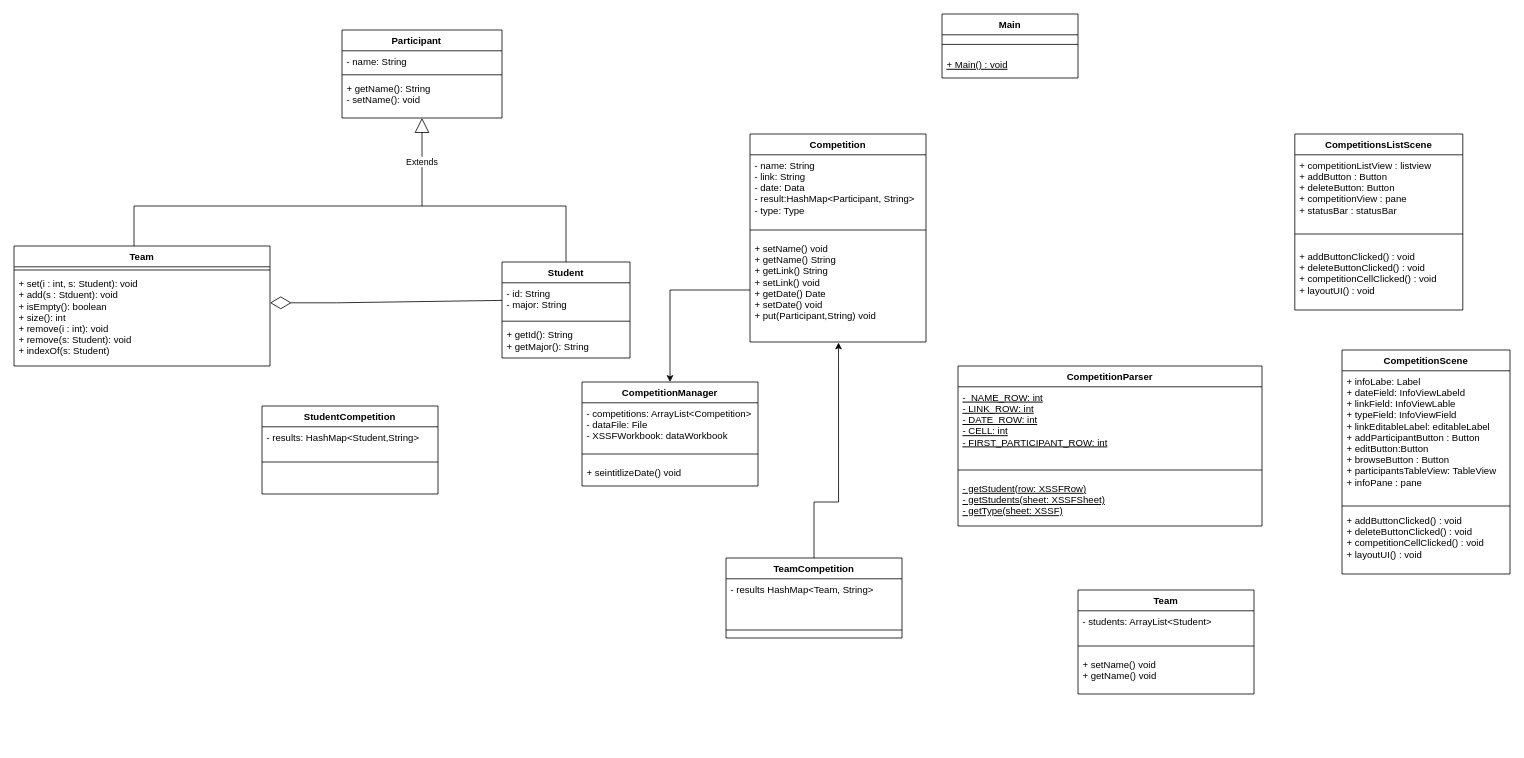
The draw.io diagram docs/phase2/class-diagram.drawio in AbdullahAXR/Competition-tracker, before the edit. Source tidied: cells renumbered, new cells numbered last; positions are measured from the earlier drawing's top-left corner, leaving out a move shared by most shapes. Both pictures are drawn from the tidied source at 80%, with x=0, y=0 at pixel (14, 14).
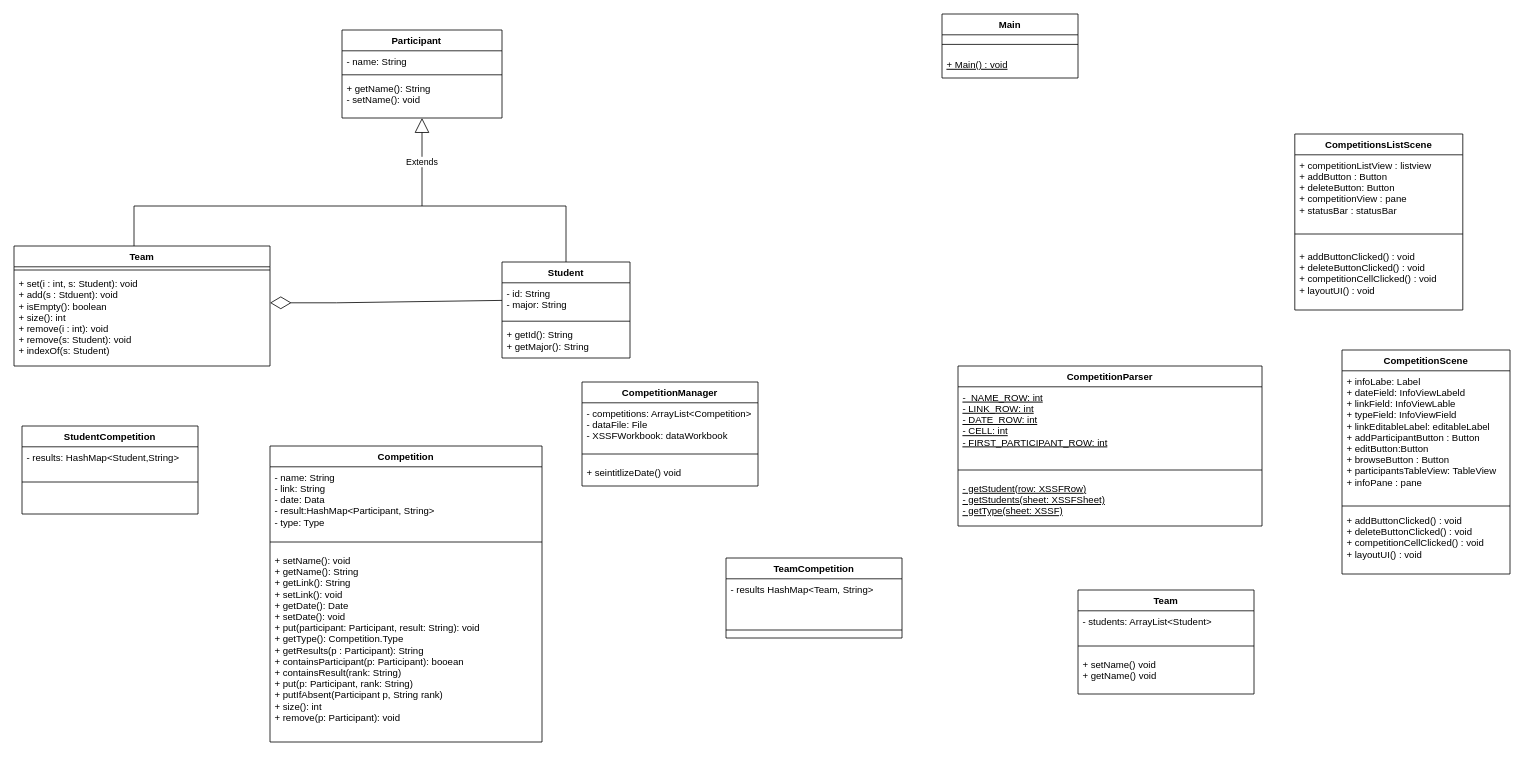
Above is the later version.

Commit message (it also covers changes not shown here):
finished competition class write up, and exported current class diagram to jpg for convience of others

The change refers to these unchanged cells:
```xml
<mxCell id="21" value="CompetitionManager" style="swimlane;fontStyle=1;align=center;verticalAlign=top;horizontal=1;startSize=26;" parent="1" vertex="1">
  <mxGeometry x="710" y="460" width="220" height="130" as="geometry" />
</mxCell>
<mxCell id="26" value="TeamCompetition" style="swimlane;fontStyle=1;align=center;verticalAlign=top;horizontal=1;startSize=26;" parent="1" vertex="1">
  <mxGeometry x="890" y="680" width="220" height="100" as="geometry" />
</mxCell>
```

What changed in the source:
```diff
@@
     <mxCell id="9" value="Competition" style="swimlane;fontStyle=1;align=center;verticalAlign=top;horizontal=1;startSize=26;" parent="1" vertex="1">
-      <mxGeometry x="920" y="150" width="220" height="260" as="geometry" />
+      <mxGeometry x="320" y="540" width="340" height="370" as="geometry" />
     </mxCell>
     <mxCell id="10" value="- name: String&#10;- link: String&#10;- date: Data&#10;- result:HashMap&lt;Participant, String&gt;&#10;- type: Type" style="text;strokeColor=none;fillColor=none;align=left;verticalAlign=top;spacingLeft=4;spacingRight=4;overflow=hidden;fontStyle=0;" parent="9" vertex="1">
-      <mxGeometry y="26" width="220" height="84" as="geometry" />
+      <mxGeometry y="26" width="340" height="84" as="geometry" />
     </mxCell>
     <mxCell id="11" style="line;strokeWidth=1;fillColor=none;align=left;verticalAlign=middle;spacingTop=-1;spacingLeft=3;spacingRight=3;labelPosition=right;" parent="9" vertex="1">
-      <mxGeometry y="110" width="220" height="20" as="geometry" />
+      <mxGeometry y="110" width="340" height="20" as="geometry" />
     </mxCell>
-    <mxCell id="12" value="+ setName() void&#10;+ getName() String&#10;+ getLink() String&#10;+ setLink() void&#10;+ getDate() Date&#10;+ setDate() void&#10;+ put(Participant,String) void&#10;&#10;" style="text;strokeColor=none;fillColor=none;align=left;verticalAlign=top;spacingLeft=4;spacingRight=4;overflow=hidden;points=[[0,0.5],[1,0.5]];portConstraint=eastwest;" parent="9" vertex="1">
-      <mxGeometry y="130" width="220" height="130" as="geometry" />
+    <mxCell id="12" value="+ setName(): void&#10;+ getName(): String&#10;+ getLink(): String&#10;+ setLink(): void&#10;+ getDate(): Date&#10;+ setDate(): void&#10;+ put(participant: Participant, result: String): void&#10;+ getType(): Competition.Type&#10;+ getResults(p : Participant): String&#10;+ containsParticipant(p: Participant): booean&#10;+ containsResult(rank: String)&#10;+ put(p: Participant, rank: String)&#10;+ putIfAbsent(Participant p, String rank)&#10;+ size(): int&#10;+ remove(p: Participant): void&#10;&#10;&#10;&#10;" style="text;strokeColor=none;fillColor=none;align=left;verticalAlign=top;spacingLeft=4;spacingRight=4;overflow=hidden;points=[[0,0.5],[1,0.5]];portConstraint=eastwest;" parent="9" vertex="1">
+      <mxGeometry y="130" width="340" height="240" as="geometry" />
     </mxCell>
@@
-    <mxCell id="25" style="edgeStyle=orthogonalEdgeStyle;rounded=0;jettySize=auto;html=1;exitX=0.5;exitY=0;exitDx=0;exitDy=0;entryX=0.503;entryY=1.005;entryDx=0;entryDy=0;entryPerimeter=0;" parent="1" edge="1" source="26" target="12">
-      <mxGeometry relative="1" as="geometry">
-        <Array as="points">
-          <mxPoint x="1000" y="610" />
-          <mxPoint x="1031" y="610" />
-        </Array>
-      </mxGeometry>
-    </mxCell>
@@
     <mxCell id="33" value="StudentCompetition" style="swimlane;fontStyle=1;align=center;verticalAlign=top;horizontal=1;startSize=26;" parent="1" vertex="1">
-      <mxGeometry x="310" y="490" width="220" height="110" as="geometry" />
+      <mxGeometry x="10" y="515" width="220" height="110" as="geometry" />
     </mxCell>
@@
-    <mxCell id="37" style="edgeStyle=orthogonalEdgeStyle;rounded=0;jettySize=auto;html=1;" parent="1" edge="1" source="12" target="21">
-      <mxGeometry relative="1" as="geometry" />
-    </mxCell>
```
